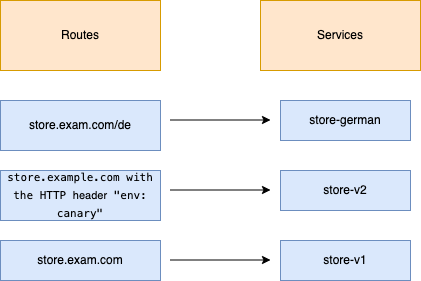
Earlier version of the draw.io export assets/img/routes.png (elinevich/k8s_gataway). Source tidied: cells renumbered, new cells last; positions are measured from the earlier drawing's top-left corner, leaving out a move shared by most shapes.
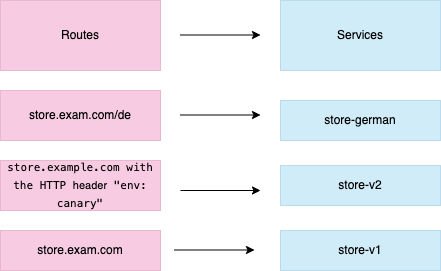
Later version of the same file.

Change to the diagram source:
```diff
@@ -2,47 +2,53 @@
   <root>
     <mxCell id="0" />
     <mxCell id="1" parent="0" />
-    <mxCell id="2" value="Routes" style="rounded=0;whiteSpace=wrap;html=1;fillColor=#ffe6cc;strokeColor=#d79b00;" parent="1" vertex="1">
-      <mxGeometry width="160" height="70" as="geometry" />
+    <mxCell id="2" value="Routes" style="rounded=0;whiteSpace=wrap;html=1;fillColor=#d80073;strokeColor=#A50040;fontColor=#000000;opacity=20;" parent="1" vertex="1">
+      <mxGeometry x="-10" width="160" height="70" as="geometry" />
     </mxCell>
-    <mxCell id="3" value="Services" style="rounded=0;whiteSpace=wrap;html=1;fillColor=#ffe6cc;strokeColor=#d79b00;" parent="1" vertex="1">
-      <mxGeometry x="260" width="160" height="70" as="geometry" />
+    <mxCell id="3" value="Services" style="rounded=0;whiteSpace=wrap;html=1;fillColor=#1ba1e2;strokeColor=#006EAF;fontColor=#000000;opacity=20;" parent="1" vertex="1">
+      <mxGeometry x="270" width="160" height="70" as="geometry" />
     </mxCell>
-    <mxCell id="4" value="store.exam.com/de" style="rounded=0;whiteSpace=wrap;html=1;fillColor=#dae8fc;strokeColor=#6c8ebf;" parent="1" vertex="1">
-      <mxGeometry y="100" width="160" height="50" as="geometry" />
+    <mxCell id="4" value="store.exam.com/de" style="rounded=0;whiteSpace=wrap;html=1;fillColor=#d80073;strokeColor=#A50040;fontColor=#000000;opacity=20;" parent="1" vertex="1">
+      <mxGeometry x="-10" y="90" width="160" height="50" as="geometry" />
     </mxCell>
-    <mxCell id="5" value="store-german" style="rounded=0;whiteSpace=wrap;html=1;fillColor=#dae8fc;strokeColor=#6c8ebf;" parent="1" vertex="1">
-      <mxGeometry x="280" y="100" width="130" height="40" as="geometry" />
+    <mxCell id="5" value="store-german" style="rounded=0;whiteSpace=wrap;html=1;fillColor=#1ba1e2;strokeColor=#006EAF;fontColor=#000000;opacity=20;" parent="1" vertex="1">
+      <mxGeometry x="270" y="100" width="160" height="40" as="geometry" />
     </mxCell>
     <mxCell id="6" style="endArrow=classic;html=1;rounded=0;" parent="1" edge="1">
       <mxGeometry relative="1" as="geometry">
-        <mxPoint x="170" y="119.5" as="sourcePoint" />
-        <mxPoint x="270" y="119.5" as="targetPoint" />
+        <mxPoint x="170" y="34.5" as="sourcePoint" />
+        <mxPoint x="250" y="34.5" as="targetPoint" />
       </mxGeometry>
     </mxCell>
-    <mxCell id="7" value="&lt;div style=&quot;line-height: 18px; font-size: 11px;&quot;&gt;&lt;font style=&quot;font-size: 11px;&quot;&gt;&lt;font style=&quot;font-size: 11px;&quot; face=&quot;Menlo, Monaco, Courier New, monospace&quot;&gt;store.example.com with the HTTP &lt;/font&gt;header&lt;font style=&quot;font-size: 11px;&quot; face=&quot;Menlo, Monaco, Courier New, monospace&quot;&gt; &quot;env: canary&quot;&lt;/font&gt;&lt;/font&gt;&lt;/div&gt;" style="rounded=0;whiteSpace=wrap;html=1;fillColor=#dae8fc;strokeColor=#6c8ebf;" parent="1" vertex="1">
-      <mxGeometry y="170" width="160" height="50" as="geometry" />
+    <mxCell id="7" value="&lt;div style=&quot;line-height: 18px; font-size: 11px;&quot;&gt;&lt;font style=&quot;font-size: 11px;&quot;&gt;&lt;font style=&quot;font-size: 11px;&quot; face=&quot;Menlo, Monaco, Courier New, monospace&quot;&gt;store.example.com with the HTTP &lt;/font&gt;header&lt;font style=&quot;font-size: 11px;&quot; face=&quot;Menlo, Monaco, Courier New, monospace&quot;&gt; &quot;env: canary&quot;&lt;/font&gt;&lt;/font&gt;&lt;/div&gt;" style="rounded=0;whiteSpace=wrap;html=1;fillColor=#d80073;strokeColor=#A50040;fontColor=#000000;opacity=20;" parent="1" vertex="1">
+      <mxGeometry x="-10" y="160" width="160" height="50" as="geometry" />
     </mxCell>
-    <mxCell id="8" value="store-v2" style="rounded=0;whiteSpace=wrap;html=1;fillColor=#dae8fc;strokeColor=#6c8ebf;" parent="1" vertex="1">
-      <mxGeometry x="280" y="170" width="130" height="40" as="geometry" />
+    <mxCell id="8" value="store-v2" style="rounded=0;whiteSpace=wrap;html=1;fillColor=#1ba1e2;strokeColor=#006EAF;fontColor=#000000;opacity=20;" parent="1" vertex="1">
+      <mxGeometry x="270" y="165" width="160" height="40" as="geometry" />
     </mxCell>
-    <mxCell id="9" style="endArrow=classic;html=1;rounded=0;" parent="1" edge="1">
-      <mxGeometry relative="1" as="geometry">
-        <mxPoint x="170" y="189.5" as="sourcePoint" />
-        <mxPoint x="270" y="189.5" as="targetPoint" />
-      </mxGeometry>
-    </mxCell>
-    <mxCell id="10" value="store.exam.com" style="rounded=0;whiteSpace=wrap;html=1;fillColor=#dae8fc;strokeColor=#6c8ebf;" parent="1" vertex="1">
-      <mxGeometry y="240" width="160" height="40" as="geometry" />
+    <mxCell id="10" value="store.exam.com" style="rounded=0;whiteSpace=wrap;html=1;fillColor=#d80073;strokeColor=#A50040;fontColor=#000000;opacity=20;" parent="1" vertex="1">
+      <mxGeometry x="-10" y="230" width="160" height="40" as="geometry" />
     </mxCell>
-    <mxCell id="11" value="store-v1" style="rounded=0;whiteSpace=wrap;html=1;fillColor=#dae8fc;strokeColor=#6c8ebf;" parent="1" vertex="1">
-      <mxGeometry x="280" y="240" width="130" height="40" as="geometry" />
+    <mxCell id="11" value="store-v1" style="rounded=0;whiteSpace=wrap;html=1;fillColor=#1ba1e2;strokeColor=#006EAF;fontColor=#000000;opacity=20;" parent="1" vertex="1">
+      <mxGeometry x="270" y="230" width="160" height="40" as="geometry" />
     </mxCell>
-    <mxCell id="12" style="endArrow=classic;html=1;rounded=0;" parent="1" edge="1">
-      <mxGeometry relative="1" as="geometry">
-        <mxPoint x="170" y="259.5" as="sourcePoint" />
-        <mxPoint x="270" y="259.5" as="targetPoint" />
-      </mxGeometry>
-    </mxCell>
+    <mxCell id="13" style="endArrow=classic;html=1;rounded=0;" parent="1" edge="1">
+      <mxGeometry relative="1" as="geometry">
+        <mxPoint x="170" y="114.5" as="sourcePoint" />
+        <mxPoint x="250" y="114.5" as="targetPoint" />
+      </mxGeometry>
+    </mxCell>
+    <mxCell id="14" style="endArrow=classic;html=1;rounded=0;" parent="1" edge="1">
+      <mxGeometry relative="1" as="geometry">
+        <mxPoint x="170" y="190" as="sourcePoint" />
+        <mxPoint x="250" y="190" as="targetPoint" />
+      </mxGeometry>
+    </mxCell>
+    <mxCell id="15" style="endArrow=classic;html=1;rounded=0;" parent="1" edge="1">
+      <mxGeometry relative="1" as="geometry">
+        <mxPoint x="164" y="249.5" as="sourcePoint" />
+        <mxPoint x="244" y="249.5" as="targetPoint" />
+      </mxGeometry>
+    </mxCell>
   </root>
 </mxGraphModel>
```
